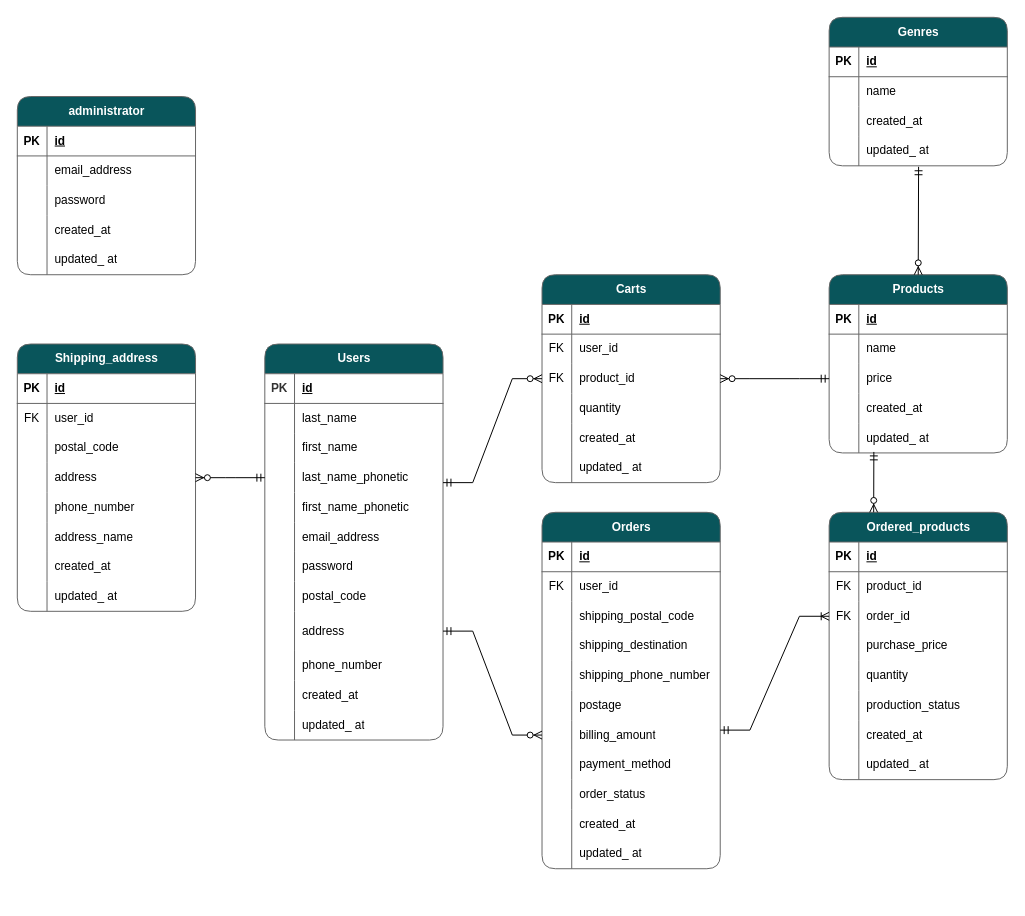
This is Web_Project_ER図.drawio from shirohacha/Web_Project, a draw.io file, before an edit. Source tidied: cells renumbered, new cells numbered last; positions are measured from the earlier drawing's top-left corner, leaving out a move shared by most shapes. Both pictures are drawn from the tidied source at 99%, with x=0, y=0 at pixel (17, 17).
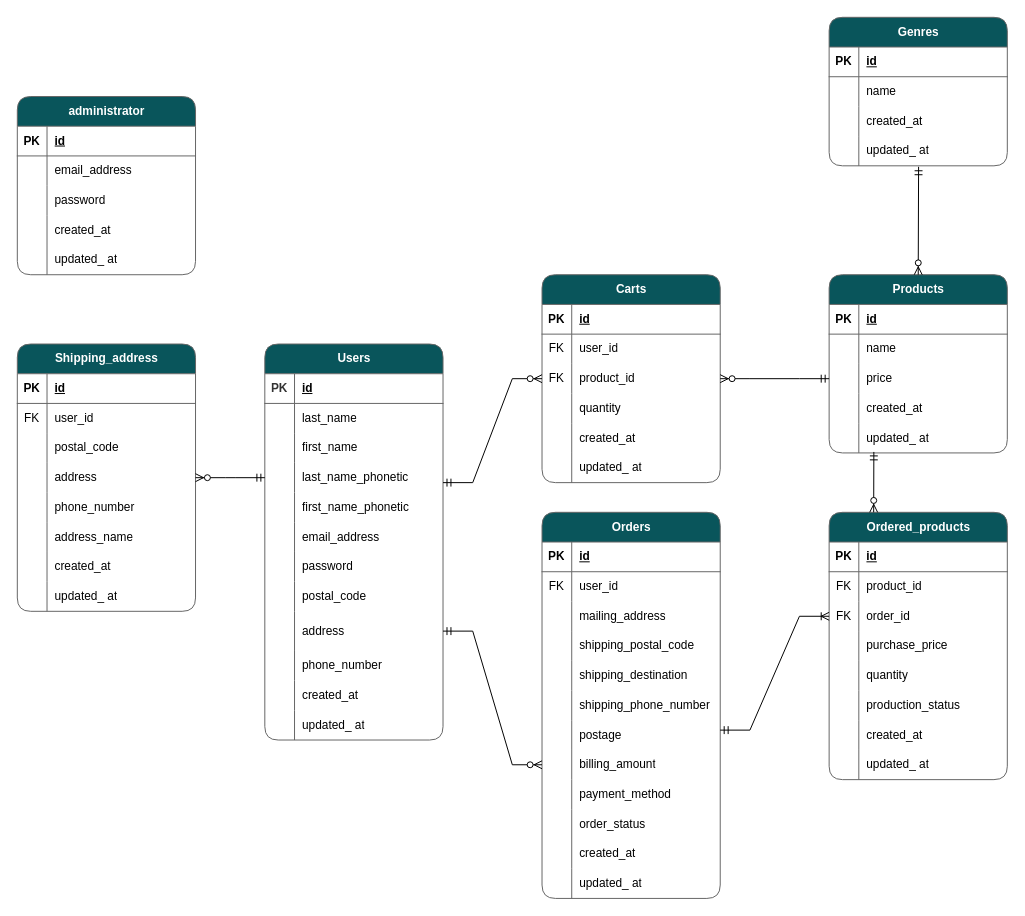
Above is the later version.

Commit message:
Web_Project_ER図.drawio を更新します

Diff of the diagram source:
```diff
@@
     <mxCell id="74" value="Orders" style="shape=table;startSize=30;childLayout=tableLayout;rowLines=0;fontStyle=1;align=center;html=1;strokeColor=#666666;fontColor=#FFFFFF;fillColor=#09555B;rounded=1;swimlaneFillColor=default;" parent="1" vertex="1">
-      <mxGeometry x="530" y="500" width="180" height="360" as="geometry" />
+      <mxGeometry x="530" y="500" width="180" height="390" as="geometry" />
     </mxCell>
@@
+    <mxCell id="194" style="shape=tableRow;horizontal=0;startSize=0;swimlaneHead=0;swimlaneBody=0;fillColor=none;top=0;left=0;right=0;bottom=0;strokeColor=#666666;fontColor=#000000;" parent="74" vertex="1">
+      <mxGeometry y="90" width="180" height="30" as="geometry" />
+    </mxCell>
+    <mxCell id="195" style="shape=partialRectangle;fillColor=none;top=0;left=0;bottom=0;right=0;overflow=hidden;whiteSpace=wrap;html=1;strokeColor=#666666;fontColor=#000000;" parent="194" vertex="1">
+      <mxGeometry width="30" height="30" as="geometry" />
+    </mxCell>
+    <mxCell id="196" value="mailing_address" style="shape=partialRectangle;fillColor=none;top=0;left=0;bottom=0;right=0;align=left;spacingLeft=6;overflow=hidden;whiteSpace=wrap;html=1;strokeColor=#666666;fontColor=#000000;" parent="194" vertex="1">
+      <mxGeometry x="30" width="150" height="30" as="geometry" />
+    </mxCell>
     <mxCell id="81" style="shape=tableRow;horizontal=0;startSize=0;swimlaneHead=0;swimlaneBody=0;fillColor=none;top=0;left=0;right=0;bottom=0;strokeColor=#666666;fontColor=#000000;" parent="74" vertex="1">
-      <mxGeometry y="90" width="180" height="30" as="geometry" />
+      <mxGeometry y="120" width="180" height="30" as="geometry" />
     </mxCell>
@@
     <mxCell id="84" style="shape=tableRow;horizontal=0;startSize=0;swimlaneHead=0;swimlaneBody=0;fillColor=none;top=0;left=0;right=0;bottom=0;strokeColor=#666666;fontColor=#000000;" parent="74" vertex="1">
-      <mxGeometry y="120" width="180" height="30" as="geometry" />
+      <mxGeometry y="150" width="180" height="30" as="geometry" />
     </mxCell>
@@
     <mxCell id="87" style="shape=tableRow;horizontal=0;startSize=0;swimlaneHead=0;swimlaneBody=0;fillColor=none;top=0;left=0;right=0;bottom=0;strokeColor=#666666;fontColor=#000000;" parent="74" vertex="1">
-      <mxGeometry y="150" width="180" height="30" as="geometry" />
+      <mxGeometry y="180" width="180" height="30" as="geometry" />
     </mxCell>
@@
     <mxCell id="90" style="shape=tableRow;horizontal=0;startSize=0;swimlaneHead=0;swimlaneBody=0;fillColor=none;top=0;left=0;right=0;bottom=0;strokeColor=#666666;fontColor=#000000;" parent="74" vertex="1">
-      <mxGeometry y="180" width="180" height="30" as="geometry" />
+      <mxGeometry y="210" width="180" height="30" as="geometry" />
     </mxCell>
@@
     <mxCell id="93" style="shape=tableRow;horizontal=0;startSize=0;swimlaneHead=0;swimlaneBody=0;fillColor=none;points=[[0,0.5],[1,0.5]];portConstraint=eastwest;top=0;left=0;right=0;bottom=0;strokeColor=#666666;fontColor=#000000;" parent="74" vertex="1">
-      <mxGeometry y="210" width="180" height="30" as="geometry" />
+      <mxGeometry y="240" width="180" height="30" as="geometry" />
     </mxCell>
@@
     <mxCell id="96" style="shape=tableRow;horizontal=0;startSize=0;swimlaneHead=0;swimlaneBody=0;fillColor=none;top=0;left=0;right=0;bottom=0;strokeColor=#666666;fontColor=#000000;" parent="74" vertex="1">
-      <mxGeometry y="240" width="180" height="30" as="geometry" />
+      <mxGeometry y="270" width="180" height="30" as="geometry" />
     </mxCell>
@@
     <mxCell id="99" style="shape=tableRow;horizontal=0;startSize=0;swimlaneHead=0;swimlaneBody=0;fillColor=none;top=0;left=0;right=0;bottom=0;strokeColor=#666666;fontColor=#000000;" parent="74" vertex="1">
-      <mxGeometry y="270" width="180" height="30" as="geometry" />
+      <mxGeometry y="300" width="180" height="30" as="geometry" />
     </mxCell>
@@
     <mxCell id="102" style="shape=tableRow;horizontal=0;startSize=0;swimlaneHead=0;swimlaneBody=0;fillColor=none;top=0;left=0;right=0;bottom=0;strokeColor=#666666;fontColor=#000000;" parent="74" vertex="1">
-      <mxGeometry y="300" width="180" height="30" as="geometry" />
+      <mxGeometry y="330" width="180" height="30" as="geometry" />
     </mxCell>
@@
     <mxCell id="105" style="shape=tableRow;horizontal=0;startSize=0;swimlaneHead=0;swimlaneBody=0;fillColor=none;top=0;left=0;right=0;bottom=0;strokeColor=#666666;fontColor=#000000;" parent="74" vertex="1">
-      <mxGeometry y="330" width="180" height="30" as="geometry" />
+      <mxGeometry y="360" width="180" height="30" as="geometry" />
     </mxCell>
```
